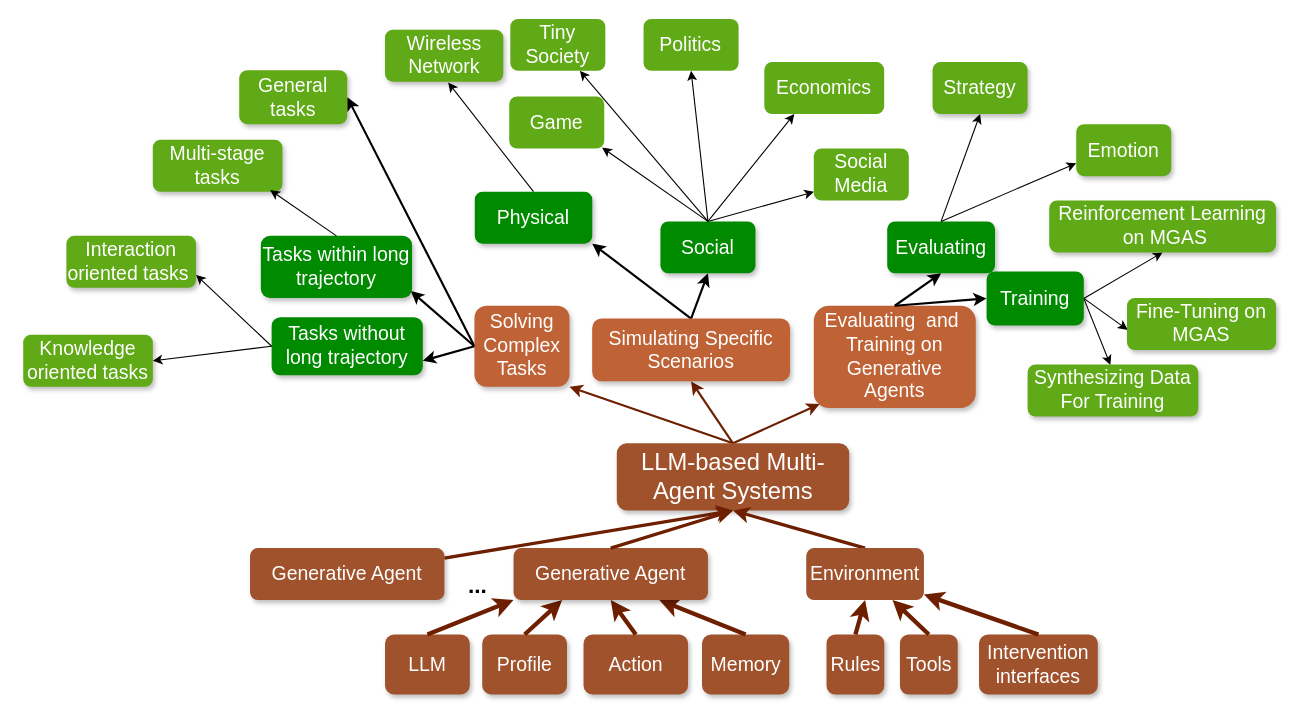
The draw.io diagram page "tree" (1 of 6) of mgas.drawio in bianhua-12/Multi-generative_Agent_System_survey, before the edit. Source tidied: cells renumbered, new cells numbered last; positions are measured from the earlier drawing's top-left corner, leaving out a move shared by most shapes. Both pictures are drawn from the tidied source at 108%, with x=0, y=0 at pixel (23, 18).
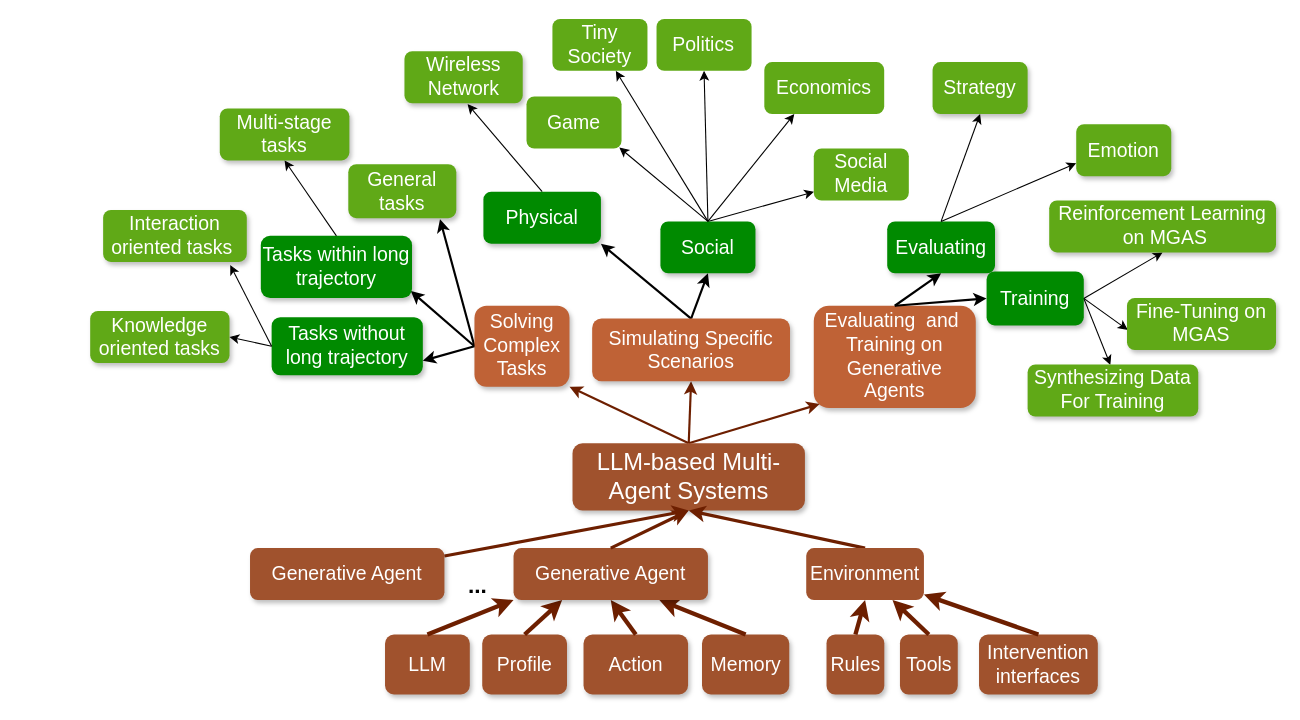
Above is the later version.

Unchanged cells that the change refers to:
```xml
<mxCell id="8" value="Solving Complex Tasks" style="rounded=1;whiteSpace=wrap;html=1;fillColor=#BF6236;strokeColor=none;fontColor=#FFFFFF;fontSize=18;glass=0;shadow=1;dashed=1;" parent="1" vertex="1">
  <mxGeometry x="417.8" y="265.6" width="88" height="75" as="geometry" />
</mxCell>
<mxCell id="29" value="Tasks without long trajectory" style="rounded=1;whiteSpace=wrap;html=1;strokeColor=none;fillColor=light-dark(#008a00, #4a890c);fontColor=#FFFFFF;fontSize=18;glass=0;shadow=1;" parent="1" vertex="1">
  <mxGeometry x="230" y="276.2" width="140" height="53.8" as="geometry" />
</mxCell>
<mxCell id="30" value="Tasks within long trajectory" style="rounded=1;whiteSpace=wrap;html=1;strokeColor=none;fillColor=light-dark(#008a00, #4a890c);fontColor=#FFFFFF;fontSize=18;glass=0;shadow=1;" parent="1" vertex="1">
  <mxGeometry x="220" y="200.9" width="140" height="57.5" as="geometry" />
</mxCell>
```

What changed in the source:
```diff
@@
-    <mxCell id="6" style="rounded=0;jettySize=auto;html=1;exitX=0;exitY=0.5;exitDx=0;exitDy=0;entryX=1;entryY=0.5;entryDx=0;entryDy=0;fontSize=18;fontColor=#FFFFFF;strokeWidth=2;" parent="1" edge="1" source="8" target="31">
+    <mxCell id="6" style="rounded=0;jettySize=auto;html=1;exitX=0;exitY=0.5;exitDx=0;exitDy=0;entryX=0.849;entryY=1.018;entryDx=0;entryDy=0;fontSize=18;fontColor=#FFFFFF;strokeWidth=2;entryPerimeter=0;" parent="1" edge="1" source="8" target="31">
       <mxGeometry relative="1" as="geometry" />
     </mxCell>
@@
     <mxCell id="21" value="Physical" style="rounded=1;whiteSpace=wrap;html=1;fillColor=light-dark(#008A00,#CC7C56);strokeColor=none;fontColor=#FFFFFF;fontSize=18;glass=0;shadow=1;" parent="1" vertex="1">
-      <mxGeometry x="418.1" y="160" width="108.8" height="48.1" as="geometry" />
+      <mxGeometry x="426.1" y="160" width="108.8" height="48.1" as="geometry" />
     </mxCell>
@@
     <mxCell id="24" value="&lt;div&gt;Politics&lt;/div&gt;" style="rounded=1;whiteSpace=wrap;html=1;strokeColor=none;fillColor=#60A917;fontColor=#FFFFFF;fontSize=18;dashed=1;" parent="1" vertex="1">
-      <mxGeometry x="574.4" width="88" height="48.1" as="geometry" />
+      <mxGeometry x="586.4" width="88" height="48.1" as="geometry" />
     </mxCell>
     <mxCell id="25" value="Tiny Society" style="rounded=1;whiteSpace=wrap;html=1;strokeColor=none;fillColor=#60A917;fontColor=#FFFFFF;fontSize=18;dashed=1;" parent="1" vertex="1">
-      <mxGeometry x="451" width="88" height="48.1" as="geometry" />
+      <mxGeometry x="490" width="88" height="48.1" as="geometry" />
     </mxCell>
     <mxCell id="26" value="Wireless Network" style="rounded=1;whiteSpace=wrap;html=1;strokeColor=none;fillColor=#60A917;fontColor=#FFFFFF;fontSize=18;glass=0;shadow=1;" parent="1" vertex="1">
-      <mxGeometry x="335" y="10" width="109.5" height="48.1" as="geometry" />
+      <mxGeometry x="353" y="30" width="109.5" height="48.1" as="geometry" />
     </mxCell>
     <mxCell id="27" value="Game" style="rounded=1;whiteSpace=wrap;html=1;strokeColor=none;fillColor=#60A917;fontColor=#FFFFFF;fontSize=18;dashed=1;" parent="1" vertex="1">
-      <mxGeometry x="450" y="71.9" width="88" height="48.1" as="geometry" />
+      <mxGeometry x="466" y="71.9" width="88" height="48.1" as="geometry" />
     </mxCell>
@@
     <mxCell id="31" value="General tasks" style="rounded=1;whiteSpace=wrap;html=1;strokeColor=none;fillColor=light-dark(#60a917, #4a890c);fontColor=#FFFFFF;fontSize=18;glass=0;shadow=1;" parent="1" vertex="1">
-      <mxGeometry x="200" y="47.5" width="100" height="50" as="geometry" />
+      <mxGeometry x="301" y="134.5" width="100" height="50" as="geometry" />
     </mxCell>
@@
     <mxCell id="46" value="&lt;font style=&quot;font-size: 22px;&quot;&gt;LLM-based Multi-Agent Systems&lt;/font&gt;" style="rounded=1;whiteSpace=wrap;html=1;fillColor=#a0522d;fontColor=#ffffff;strokeColor=none;fontSize=22;glass=0;shadow=1;" parent="1" vertex="1">
-      <mxGeometry x="549.6" y="393" width="215.2" height="62.2" as="geometry" />
+      <mxGeometry x="508.6" y="393" width="215.2" height="62.2" as="geometry" />
     </mxCell>
@@
     <mxCell id="67" value="Knowledge oriented tasks" style="rounded=1;whiteSpace=wrap;html=1;strokeColor=none;fillColor=#60a917;fontColor=#FFFFFF;fontSize=18;glass=0;shadow=1;" parent="1" vertex="1">
-      <mxGeometry y="292.5" width="120" height="48.1" as="geometry" />
+      <mxGeometry x="62" y="270.5" width="129" height="48.1" as="geometry" />
     </mxCell>
@@
     <mxCell id="69" value="Interaction oriented tasks&amp;nbsp;" style="rounded=1;whiteSpace=wrap;html=1;strokeColor=none;fillColor=#60a917;fontColor=#FFFFFF;fontSize=18;glass=0;shadow=1;" parent="1" vertex="1">
-      <mxGeometry x="40" y="200.9" width="120" height="48.1" as="geometry" />
+      <mxGeometry x="74" y="176.9" width="133" height="48.1" as="geometry" />
     </mxCell>
-    <mxCell id="70" style="rounded=0;jettySize=auto;html=1;exitX=0;exitY=0.5;exitDx=0;exitDy=0;entryX=1;entryY=0.75;entryDx=0;entryDy=0;fontSize=18;fontColor=#FFFFFF;" parent="1" edge="1" source="29" target="69">
+    <mxCell id="70" style="rounded=0;jettySize=auto;html=1;exitX=0;exitY=0.5;exitDx=0;exitDy=0;entryX=0.885;entryY=1.061;entryDx=0;entryDy=0;fontSize=18;fontColor=#FFFFFF;entryPerimeter=0;" parent="1" edge="1" source="29" target="69">
       <mxGeometry relative="1" as="geometry" />
     </mxCell>
     <mxCell id="71" value="Multi-stage tasks" style="rounded=1;whiteSpace=wrap;html=1;strokeColor=none;fillColor=#60a917;fontColor=#FFFFFF;fontSize=18;glass=0;shadow=1;" parent="1" vertex="1">
-      <mxGeometry x="120" y="111.9" width="120" height="48.1" as="geometry" />
+      <mxGeometry x="182" y="82.9" width="120" height="48.1" as="geometry" />
     </mxCell>
-    <mxCell id="72" style="rounded=0;jettySize=auto;html=1;exitX=0.5;exitY=0;exitDx=0;exitDy=0;entryX=0.906;entryY=0.97;entryDx=0;entryDy=0;fontSize=18;fontColor=#FFFFFF;entryPerimeter=0;" parent="1" edge="1" source="30" target="71">
+    <mxCell id="72" style="rounded=0;jettySize=auto;html=1;exitX=0.5;exitY=0;exitDx=0;exitDy=0;entryX=0.5;entryY=1;entryDx=0;entryDy=0;fontSize=18;fontColor=#FFFFFF;" parent="1" edge="1" source="30" target="71">
       <mxGeometry relative="1" as="geometry" />
     </mxCell>
```
